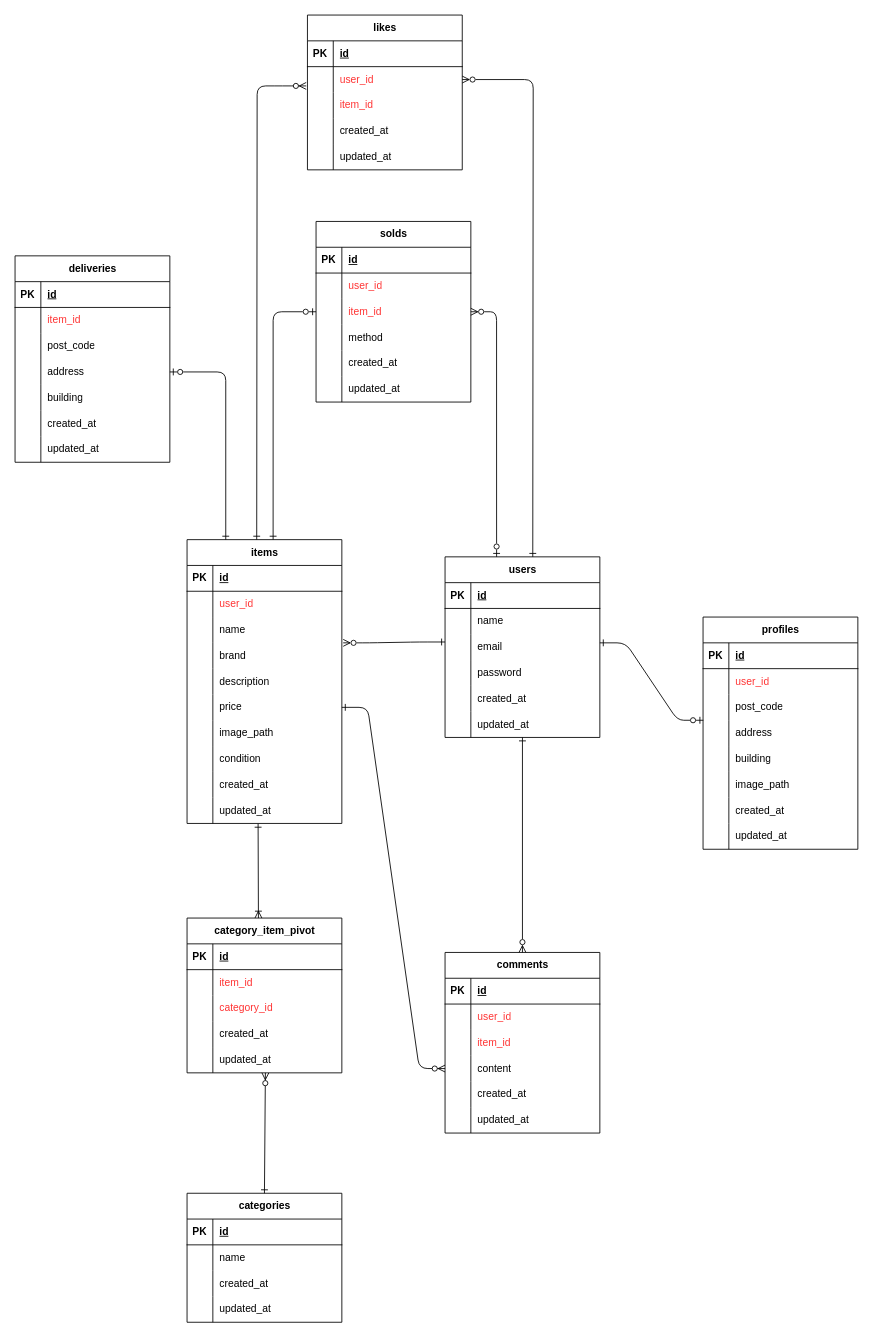
The draw.io diagram src/er.dio in shiorimorita/freemarket-app, before the edit. Source tidied: cells renumbered, new cells numbered last; positions are measured from the earlier drawing's top-left corner, leaving out a move shared by most shapes. Both pictures are drawn from the tidied source at 86%, with x=0, y=0 at pixel (15, 15).
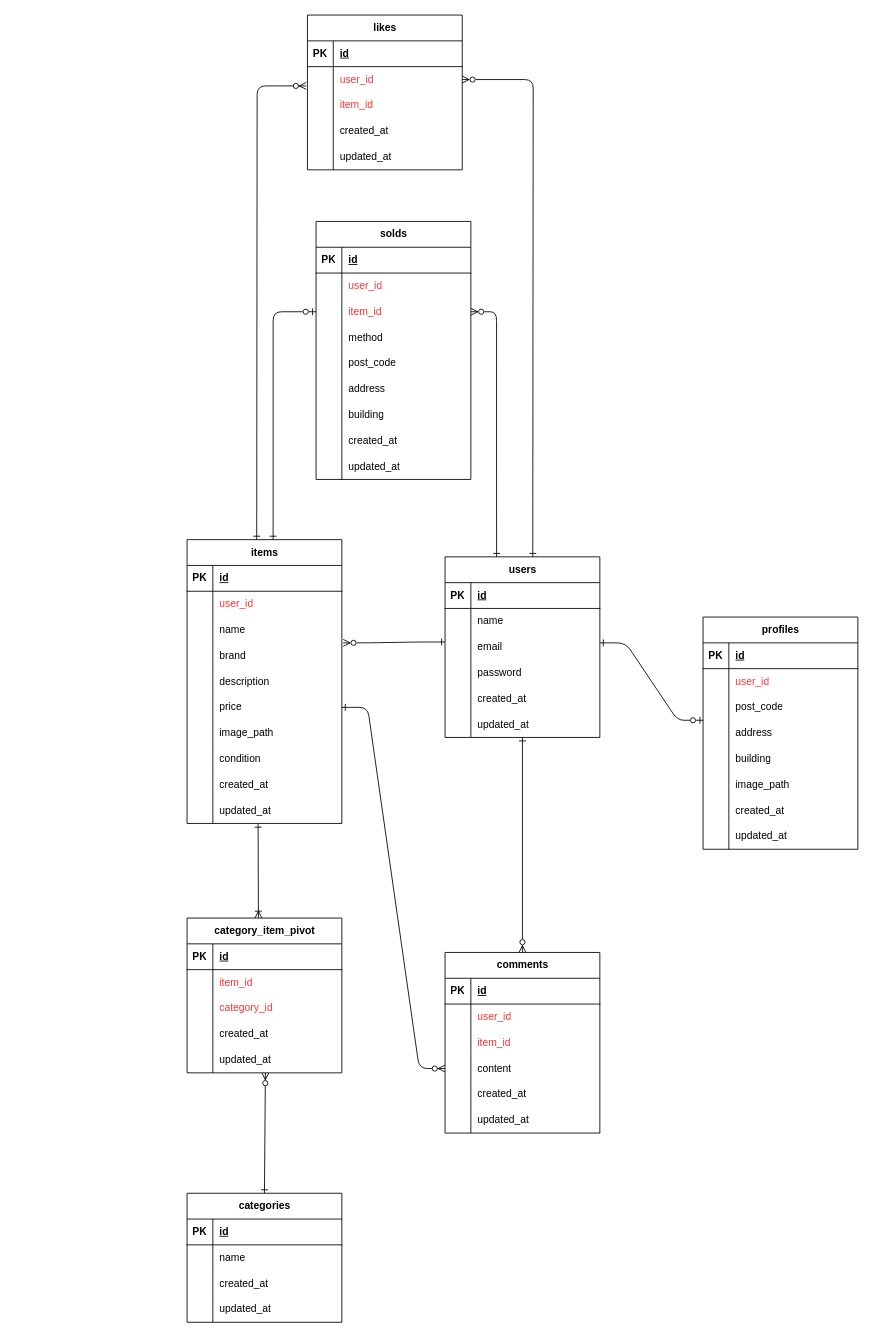
The same diagram, later.

Unchanged cells that the change refers to:
```xml
<mxCell id="2" value="users" style="shape=table;startSize=30;childLayout=tableLayout;rowLines=0;fontStyle=1;align=center;html=1;" parent="1" vertex="1">
  <mxGeometry x="500" y="630" width="180" height="210" as="geometry" />
</mxCell>
<mxCell id="51" value="items" style="shape=table;startSize=30;childLayout=tableLayout;rowLines=0;fontStyle=1;align=center;html=1;" parent="1" vertex="1">
  <mxGeometry x="200" y="610" width="180" height="330" as="geometry" />
</mxCell>
<mxCell id="187" style="shape=tableRow;horizontal=0;startSize=0;swimlaneHead=0;swimlaneBody=0;fillColor=none;points=[[0,0.5],[1,0.5]];portConstraint=eastwest;top=0;left=0;right=0;bottom=0;" parent="180" vertex="1">
  <mxGeometry y="90" width="180" height="30" as="geometry" />
</mxCell>
```

The edit, as a diff of the source:
```diff
@@
-    <mxCell id="157" value="deliveries" style="shape=table;startSize=30;childLayout=tableLayout;rowLines=0;fontStyle=1;align=center;html=1;" parent="1" vertex="1">
-      <mxGeometry y="280" width="180" height="240" as="geometry" />
-    </mxCell>
-    <mxCell id="158" style="shape=tableRow;horizontal=0;startSize=0;swimlaneHead=0;swimlaneBody=0;fillColor=none;top=0;left=0;right=0;bottom=1;" parent="157" vertex="1">
-      <mxGeometry y="30" width="180" height="30" as="geometry" />
-    </mxCell>
-    <mxCell id="159" value="PK" style="shape=partialRectangle;fillColor=none;top=0;left=0;bottom=0;right=0;fontStyle=1;overflow=hidden;whiteSpace=wrap;html=1;" parent="158" vertex="1">
-      <mxGeometry width="30" height="30" as="geometry" />
-    </mxCell>
-    <mxCell id="160" value="id" style="shape=partialRectangle;fillColor=none;top=0;left=0;bottom=0;right=0;align=left;spacingLeft=6;fontStyle=5;overflow=hidden;whiteSpace=wrap;html=1;" parent="158" vertex="1">
-      <mxGeometry x="30" width="150" height="30" as="geometry" />
-    </mxCell>
-    <mxCell id="161" style="shape=tableRow;horizontal=0;startSize=0;swimlaneHead=0;swimlaneBody=0;fillColor=none;top=0;left=0;right=0;bottom=0;" parent="157" vertex="1">
-      <mxGeometry y="60" width="180" height="30" as="geometry" />
-    </mxCell>
-    <mxCell id="162" style="shape=partialRectangle;fillColor=none;top=0;left=0;bottom=0;right=0;overflow=hidden;whiteSpace=wrap;html=1;" parent="161" vertex="1">
-      <mxGeometry width="30" height="30" as="geometry" />
-    </mxCell>
-    <mxCell id="163" value="&lt;font style=&quot;color: rgb(255, 51, 51);&quot;&gt;item_id&lt;/font&gt;" style="shape=partialRectangle;fillColor=none;top=0;left=0;bottom=0;right=0;align=left;spacingLeft=6;overflow=hidden;whiteSpace=wrap;html=1;" parent="161" vertex="1">
-      <mxGeometry x="30" width="150" height="30" as="geometry" />
-    </mxCell>
-    <mxCell id="164" style="shape=tableRow;horizontal=0;startSize=0;swimlaneHead=0;swimlaneBody=0;fillColor=none;top=0;left=0;right=0;bottom=0;" parent="157" vertex="1">
-      <mxGeometry y="90" width="180" height="30" as="geometry" />
-    </mxCell>
-    <mxCell id="165" style="shape=partialRectangle;fillColor=none;top=0;left=0;bottom=0;right=0;overflow=hidden;whiteSpace=wrap;html=1;" parent="164" vertex="1">
-      <mxGeometry width="30" height="30" as="geometry" />
-    </mxCell>
-    <mxCell id="166" value="post_code" style="shape=partialRectangle;fillColor=none;top=0;left=0;bottom=0;right=0;align=left;spacingLeft=6;overflow=hidden;whiteSpace=wrap;html=1;" parent="164" vertex="1">
-      <mxGeometry x="30" width="150" height="30" as="geometry" />
-    </mxCell>
-    <mxCell id="167" style="shape=tableRow;horizontal=0;startSize=0;swimlaneHead=0;swimlaneBody=0;fillColor=none;points=[[0,0.5],[1,0.5]];portConstraint=eastwest;top=0;left=0;right=0;bottom=0;" parent="157" vertex="1">
-      <mxGeometry y="120" width="180" height="30" as="geometry" />
-    </mxCell>
-    <mxCell id="168" style="shape=partialRectangle;fillColor=none;top=0;left=0;bottom=0;right=0;overflow=hidden;whiteSpace=wrap;html=1;" parent="167" vertex="1">
-      <mxGeometry width="30" height="30" as="geometry" />
-    </mxCell>
-    <mxCell id="169" value="&lt;span style=&quot;color: rgb(0, 0, 0);&quot;&gt;address&lt;/span&gt;" style="shape=partialRectangle;fillColor=none;top=0;left=0;bottom=0;right=0;align=left;spacingLeft=6;overflow=hidden;whiteSpace=wrap;html=1;" parent="167" vertex="1">
-      <mxGeometry x="30" width="150" height="30" as="geometry" />
-    </mxCell>
-    <mxCell id="170" style="shape=tableRow;horizontal=0;startSize=0;swimlaneHead=0;swimlaneBody=0;fillColor=none;top=0;left=0;right=0;bottom=0;" parent="157" vertex="1">
-      <mxGeometry y="150" width="180" height="30" as="geometry" />
-    </mxCell>
-    <mxCell id="171" style="shape=partialRectangle;fillColor=none;top=0;left=0;bottom=0;right=0;overflow=hidden;whiteSpace=wrap;html=1;" parent="170" vertex="1">
-      <mxGeometry width="30" height="30" as="geometry" />
-    </mxCell>
-    <mxCell id="172" value="building" style="shape=partialRectangle;fillColor=none;top=0;left=0;bottom=0;right=0;align=left;spacingLeft=6;overflow=hidden;whiteSpace=wrap;html=1;" parent="170" vertex="1">
-      <mxGeometry x="30" width="150" height="30" as="geometry" />
-    </mxCell>
-    <mxCell id="173" style="shape=tableRow;horizontal=0;startSize=0;swimlaneHead=0;swimlaneBody=0;fillColor=none;top=0;left=0;right=0;bottom=0;" parent="157" vertex="1">
-      <mxGeometry y="180" width="180" height="30" as="geometry" />
-    </mxCell>
-    <mxCell id="174" style="shape=partialRectangle;fillColor=none;top=0;left=0;bottom=0;right=0;overflow=hidden;whiteSpace=wrap;html=1;" parent="173" vertex="1">
-      <mxGeometry width="30" height="30" as="geometry" />
-    </mxCell>
-    <mxCell id="175" value="created_at" style="shape=partialRectangle;fillColor=none;top=0;left=0;bottom=0;right=0;align=left;spacingLeft=6;overflow=hidden;whiteSpace=wrap;html=1;" parent="173" vertex="1">
-      <mxGeometry x="30" width="150" height="30" as="geometry" />
-    </mxCell>
-    <mxCell id="176" style="shape=tableRow;horizontal=0;startSize=0;swimlaneHead=0;swimlaneBody=0;fillColor=none;top=0;left=0;right=0;bottom=0;" parent="157" vertex="1">
-      <mxGeometry y="210" width="180" height="30" as="geometry" />
-    </mxCell>
-    <mxCell id="177" style="shape=partialRectangle;fillColor=none;top=0;left=0;bottom=0;right=0;overflow=hidden;whiteSpace=wrap;html=1;" parent="176" vertex="1">
-      <mxGeometry width="30" height="30" as="geometry" />
-    </mxCell>
-    <mxCell id="178" value="updated_at" style="shape=partialRectangle;fillColor=none;top=0;left=0;bottom=0;right=0;align=left;spacingLeft=6;overflow=hidden;whiteSpace=wrap;html=1;" parent="176" vertex="1">
-      <mxGeometry x="30" width="150" height="30" as="geometry" />
-    </mxCell>
-    <mxCell id="179" style="edgeStyle=orthogonalEdgeStyle;fontSize=12;html=1;endArrow=ERone;endFill=0;exitX=1;exitY=0.5;exitDx=0;exitDy=0;entryX=0.25;entryY=0;entryDx=0;entryDy=0;startArrow=ERzeroToOne;startFill=0;" parent="1" edge="1" source="167" target="51">
-      <mxGeometry relative="1" as="geometry" />
-    </mxCell>
     <mxCell id="180" value="solds" style="shape=table;startSize=30;childLayout=tableLayout;rowLines=0;fontStyle=1;align=center;html=1;" parent="1" vertex="1">
-      <mxGeometry x="350" y="240" width="180" height="210" as="geometry" />
+      <mxGeometry x="350" y="240" width="180" height="300" as="geometry" />
     </mxCell>
@@
+    <mxCell id="170" style="shape=tableRow;horizontal=0;startSize=0;swimlaneHead=0;swimlaneBody=0;fillColor=none;top=0;left=0;right=0;bottom=0;" parent="180" vertex="1">
+      <mxGeometry y="150" width="180" height="30" as="geometry" />
+    </mxCell>
+    <mxCell id="201" style="shape=partialRectangle;fillColor=none;top=0;left=0;bottom=0;right=0;overflow=hidden;whiteSpace=wrap;html=1;" parent="170" vertex="1">
+      <mxGeometry width="30" height="30" as="geometry" />
+    </mxCell>
+    <mxCell id="166" value="post_code" style="shape=partialRectangle;fillColor=none;top=0;left=0;bottom=0;right=0;align=left;spacingLeft=6;overflow=hidden;whiteSpace=wrap;html=1;" parent="170" vertex="1">
+      <mxGeometry x="30" width="150" height="30" as="geometry" />
+    </mxCell>
+    <mxCell id="173" style="shape=tableRow;horizontal=0;startSize=0;swimlaneHead=0;swimlaneBody=0;fillColor=none;top=0;left=0;right=0;bottom=0;" parent="180" vertex="1">
+      <mxGeometry y="180" width="180" height="30" as="geometry" />
+    </mxCell>
+    <mxCell id="202" style="shape=partialRectangle;fillColor=none;top=0;left=0;bottom=0;right=0;overflow=hidden;whiteSpace=wrap;html=1;" parent="173" vertex="1">
+      <mxGeometry width="30" height="30" as="geometry" />
+    </mxCell>
+    <mxCell id="169" value="address" style="shape=partialRectangle;fillColor=none;top=0;left=0;bottom=0;right=0;align=left;spacingLeft=6;overflow=hidden;whiteSpace=wrap;html=1;" parent="173" vertex="1">
+      <mxGeometry x="30" width="150" height="30" as="geometry" />
+    </mxCell>
+    <mxCell id="176" style="shape=tableRow;horizontal=0;startSize=0;swimlaneHead=0;swimlaneBody=0;fillColor=none;top=0;left=0;right=0;bottom=0;" parent="180" vertex="1">
+      <mxGeometry y="210" width="180" height="30" as="geometry" />
+    </mxCell>
+    <mxCell id="203" style="shape=partialRectangle;fillColor=none;top=0;left=0;bottom=0;right=0;overflow=hidden;whiteSpace=wrap;html=1;" parent="176" vertex="1">
+      <mxGeometry width="30" height="30" as="geometry" />
+    </mxCell>
+    <mxCell id="172" value="building" style="shape=partialRectangle;fillColor=none;top=0;left=0;bottom=0;right=0;align=left;spacingLeft=6;overflow=hidden;whiteSpace=wrap;html=1;" parent="176" vertex="1">
+      <mxGeometry x="30" width="150" height="30" as="geometry" />
+    </mxCell>
     <mxCell id="193" style="shape=tableRow;horizontal=0;startSize=0;swimlaneHead=0;swimlaneBody=0;fillColor=none;top=0;left=0;right=0;bottom=0;" parent="180" vertex="1">
-      <mxGeometry y="150" width="180" height="30" as="geometry" />
+      <mxGeometry y="240" width="180" height="30" as="geometry" />
     </mxCell>
@@
     <mxCell id="196" style="shape=tableRow;horizontal=0;startSize=0;swimlaneHead=0;swimlaneBody=0;fillColor=none;top=0;left=0;right=0;bottom=0;" parent="180" vertex="1">
-      <mxGeometry y="180" width="180" height="30" as="geometry" />
+      <mxGeometry y="270" width="180" height="30" as="geometry" />
     </mxCell>
@@
-    <mxCell id="199" style="edgeStyle=orthogonalEdgeStyle;fontSize=12;html=1;endArrow=ERzeroToOne;endFill=0;entryX=0.333;entryY=0;entryDx=0;entryDy=0;entryPerimeter=0;exitX=1;exitY=0.5;exitDx=0;exitDy=0;startArrow=ERzeroToMany;startFill=0;" parent="1" edge="1" source="187" target="2">
+    <mxCell id="199" style="edgeStyle=orthogonalEdgeStyle;fontSize=12;html=1;endArrow=ERone;endFill=0;entryX=0.333;entryY=0;entryDx=0;entryDy=0;entryPerimeter=0;exitX=1;exitY=0.5;exitDx=0;exitDy=0;startArrow=ERzeroToMany;startFill=0;" parent="1" edge="1" source="187" target="2">
       <mxGeometry relative="1" as="geometry" />
     </mxCell>
```
